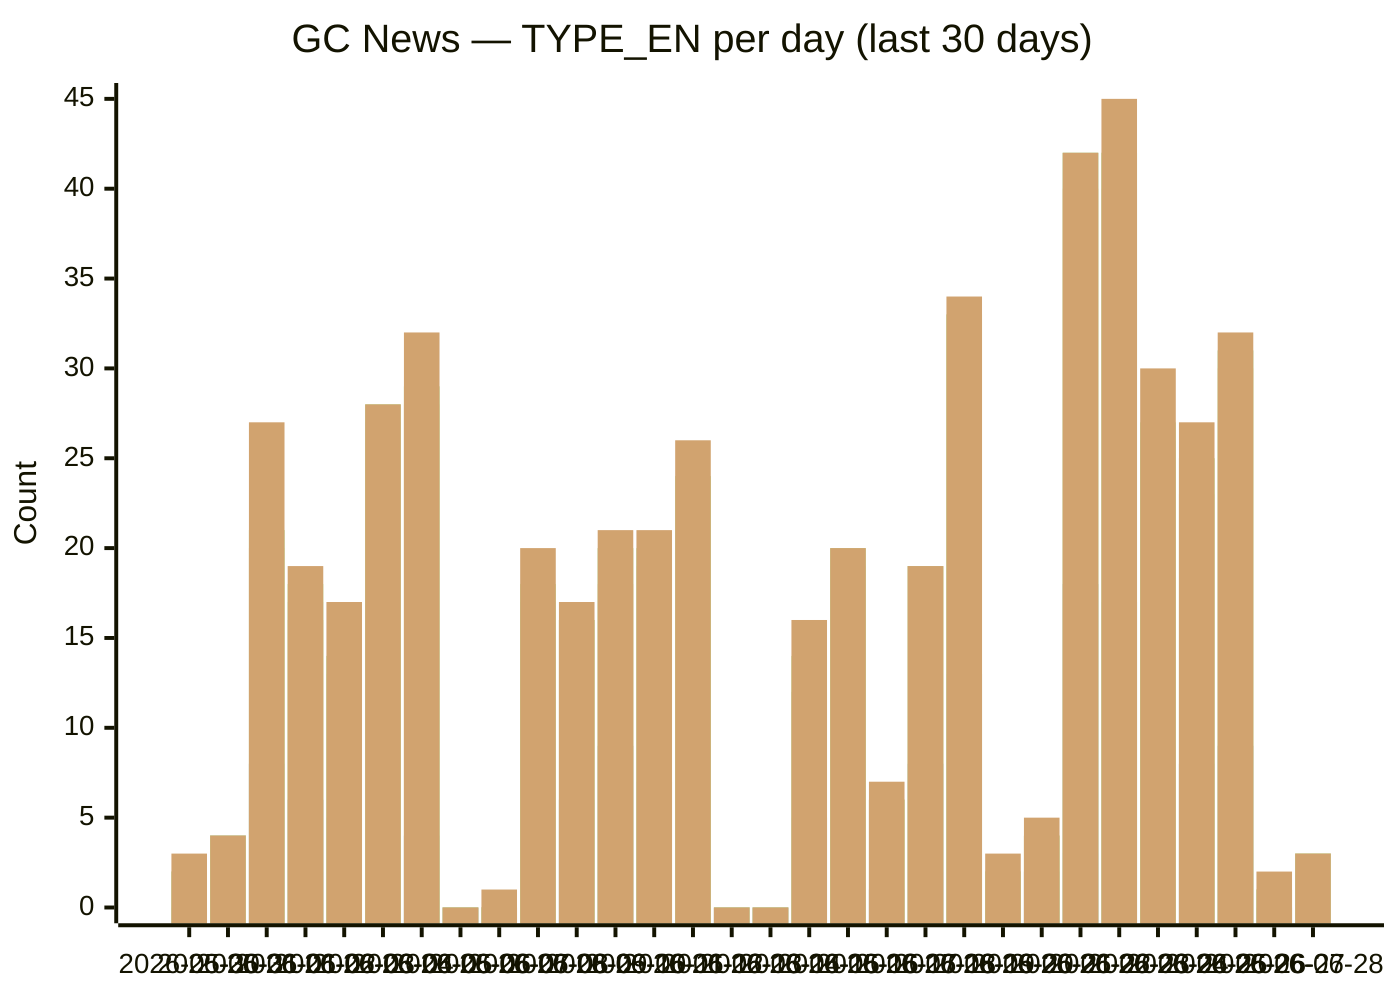
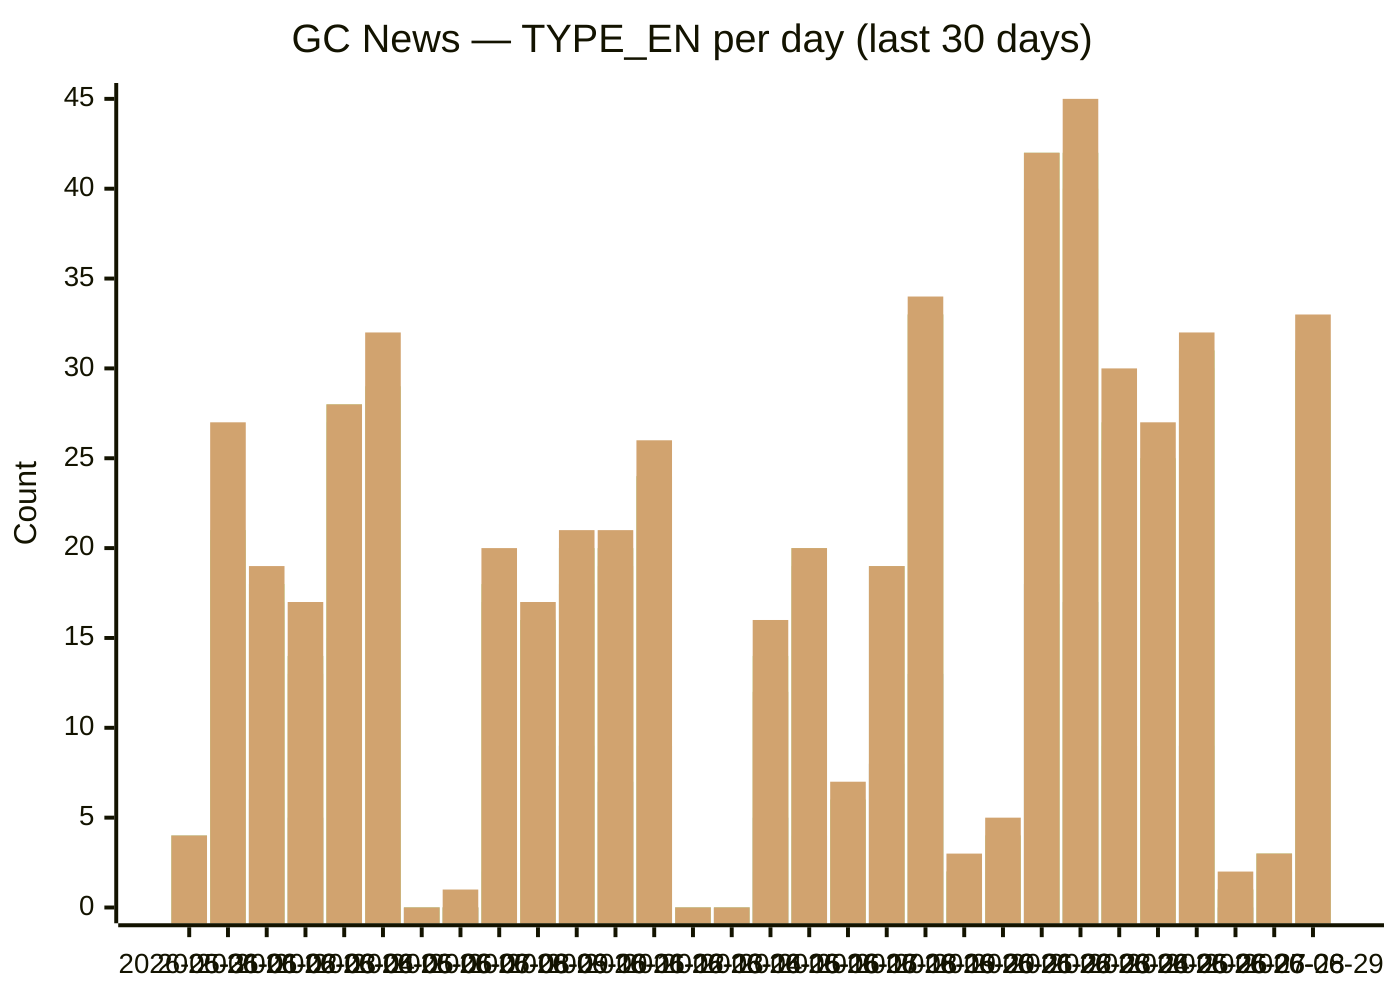
xychart-beta
  title "GC News — TYPE_EN per day (last 30 days)"
-   x-axis [2026-05-30, 2026-05-31, 2026-06-01, 2026-06-02, 2026-06-03, 2026-06-04, 2026-06-05, 2026-06-06, 2026-06-07, 2026-06-08, 2026-06-09, 2026-06-10, 2026-06-11, 2026-06-12, 2026-06-13, 2026-06-14, 2026-06-15, 2026-06-16, 2026-06-17, 2026-06-18, 2026-06-19, 2026-06-20, 2026-06-21, 2026-06-22, 2026-06-23, 2026-06-24, 2026-06-25, 2026-06-26, 2026-06-27, 2026-06-28]
+   x-axis [2026-05-31, 2026-06-01, 2026-06-02, 2026-06-03, 2026-06-04, 2026-06-05, 2026-06-06, 2026-06-07, 2026-06-08, 2026-06-09, 2026-06-10, 2026-06-11, 2026-06-12, 2026-06-13, 2026-06-14, 2026-06-15, 2026-06-16, 2026-06-17, 2026-06-18, 2026-06-19, 2026-06-20, 2026-06-21, 2026-06-22, 2026-06-23, 2026-06-24, 2026-06-25, 2026-06-26, 2026-06-27, 2026-06-28, 2026-06-29]
  y-axis "Count" 0 --> 45
-   bar backgrounders [0, 0, 5, 2, 2, 2, 0, 0, 0, 0, 3, 2, 0, 3, 0, 0, 2, 3, 1, 2, 2, 0, 0, 3, 6, 2, 2, 3, 0, 0]
-   bar "media advisories" [0, 4, 8, 6, 5, 15, 4, 0, 0, 2, 6, 9, 7, 9, 0, 0, 5, 4, 1, 8, 13, 0, 2, 18, 17, 9, 8, 9, 0, 2]
-   bar "news releases" [2, 4, 20, 16, 13, 26, 28, 0, 0, 17, 16, 18, 19, 24, 0, 0, 12, 19, 6, 19, 33, 2, 4, 40, 40, 25, 23, 30, 1, 3]
-   bar readouts [2, 4, 21, 17, 14, 27, 29, 0, 0, 17, 16, 20, 20, 24, 0, 0, 12, 19, 6, 19, 33, 2, 4, 42, 42, 26, 25, 31, 1, 3]
-   bar speeches [2, 4, 21, 18, 14, 28, 29, 0, 0, 18, 16, 20, 20, 24, 0, 0, 14, 20, 6, 19, 33, 2, 4, 42, 42, 27, 25, 31, 1, 3]
-   bar statements [3, 4, 27, 19, 17, 28, 32, 0, 1, 20, 17, 21, 21, 26, 0, 0, 16, 20, 7, 19, 34, 3, 5, 42, 45, 30, 27, 32, 2, 3]
+   bar backgrounders [0, 5, 2, 2, 2, 0, 0, 0, 0, 3, 2, 0, 3, 0, 0, 2, 3, 1, 2, 2, 0, 0, 3, 6, 2, 2, 3, 0, 0, 3]
+   bar "media advisories" [4, 8, 6, 5, 15, 4, 0, 0, 2, 6, 9, 7, 9, 0, 0, 5, 4, 1, 8, 13, 0, 2, 18, 17, 9, 8, 9, 0, 2, 14]
+   bar "news releases" [4, 20, 16, 13, 26, 28, 0, 0, 17, 16, 18, 19, 24, 0, 0, 12, 19, 6, 19, 33, 2, 4, 40, 40, 25, 23, 30, 1, 3, 31]
+   bar readouts [4, 21, 17, 14, 27, 29, 0, 0, 17, 16, 20, 20, 24, 0, 0, 12, 19, 6, 19, 33, 2, 4, 42, 42, 26, 25, 31, 1, 3, 31]
+   bar speeches [4, 21, 18, 14, 28, 29, 0, 0, 18, 16, 20, 20, 24, 0, 0, 14, 20, 6, 19, 33, 2, 4, 42, 42, 27, 25, 31, 1, 3, 31]
+   bar statements [4, 27, 19, 17, 28, 32, 0, 1, 20, 17, 21, 21, 26, 0, 0, 16, 20, 7, 19, 34, 3, 5, 42, 45, 30, 27, 32, 2, 3, 33]
